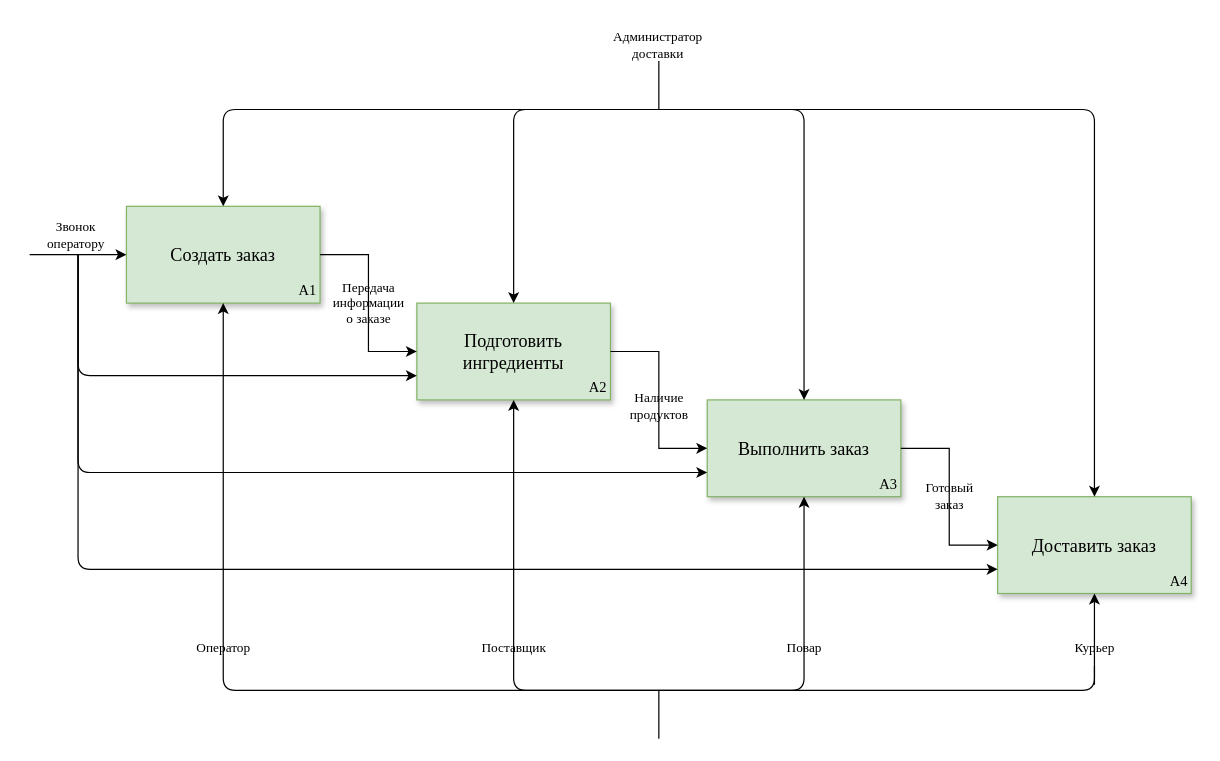
The draw.io diagram Диаграмма доставки суши.drawio in Karidess/Idef_diagramma, before the edit. Source tidied: cells renumbered, new cells numbered last; positions are measured from the earlier drawing's top-left corner, leaving out a move shared by most shapes. Both pictures are drawn from the tidied source at 121%, with x=0, y=0 at pixel (29, 21).
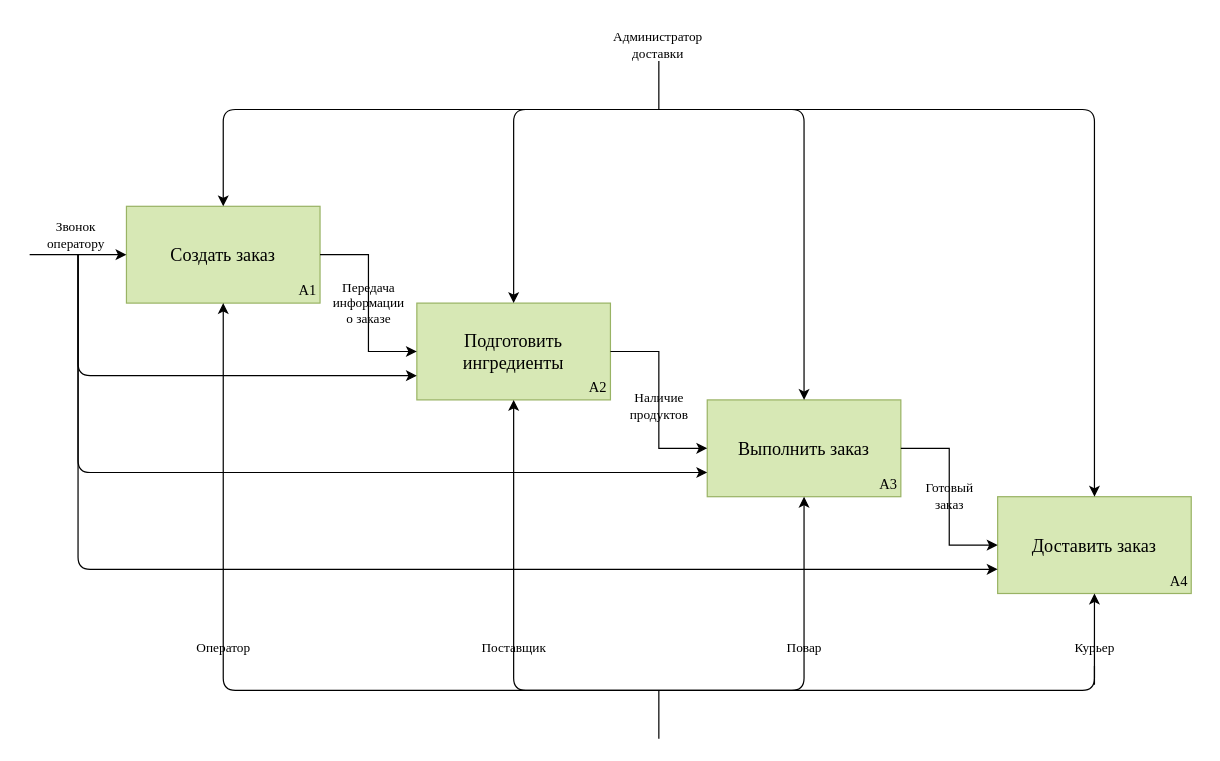
Above is the later version.

Diff of the diagram source:
```diff
@@
-    <mxCell id="2" value="Создать заказ" style="rounded=0;whiteSpace=wrap;html=1;fillColor=#d5e8d4;strokeColor=#82b366;shadow=1;fontFamily=Times New Roman;fontSize=15;" parent="1" vertex="1">
+    <mxCell id="2" value="Создать заказ" style="rounded=0;whiteSpace=wrap;html=1;fillColor=#D7E8B5;strokeColor=#99B364;shadow=0;fontFamily=Times New Roman;fontSize=15;strokeWidth=1;" parent="1" vertex="1">
       <mxGeometry x="80" y="153" width="160" height="80" as="geometry" />
     </mxCell>
-    <mxCell id="3" value="Подготовить&lt;br style=&quot;font-size: 15px;&quot;&gt;ингредиенты" style="rounded=0;whiteSpace=wrap;html=1;fillColor=#d5e8d4;strokeColor=#82b366;shadow=1;fontFamily=Times New Roman;fontSize=15;" parent="1" vertex="1">
+    <mxCell id="3" value="Подготовить&lt;br style=&quot;font-size: 15px;&quot;&gt;ингредиенты" style="rounded=0;whiteSpace=wrap;html=1;fillColor=#D7E8B5;strokeColor=#99B364;shadow=0;fontFamily=Times New Roman;fontSize=15;strokeWidth=1;" parent="1" vertex="1">
       <mxGeometry x="320" y="233" width="160" height="80" as="geometry" />
     </mxCell>
-    <mxCell id="4" value="Выполнить заказ" style="rounded=0;whiteSpace=wrap;html=1;fillColor=#d5e8d4;strokeColor=#82b366;shadow=1;fontFamily=Times New Roman;fontSize=15;" parent="1" vertex="1">
+    <mxCell id="4" value="Выполнить заказ" style="rounded=0;whiteSpace=wrap;html=1;fillColor=#D7E8B5;strokeColor=#99B364;shadow=0;fontFamily=Times New Roman;fontSize=15;strokeWidth=1;" parent="1" vertex="1">
       <mxGeometry x="560" y="313" width="160" height="80" as="geometry" />
     </mxCell>
-    <mxCell id="5" value="Доставить заказ" style="rounded=0;whiteSpace=wrap;html=1;fillColor=#d5e8d4;strokeColor=#82b366;shadow=1;fontFamily=Times New Roman;fontSize=15;" parent="1" vertex="1">
+    <mxCell id="5" value="Доставить заказ" style="rounded=0;whiteSpace=wrap;html=1;fillColor=#D7E8B5;strokeColor=#99B364;shadow=0;fontFamily=Times New Roman;fontSize=15;strokeWidth=1;" parent="1" vertex="1">
       <mxGeometry x="800" y="393" width="160" height="80" as="geometry" />
     </mxCell>
-    <mxCell id="6" style="endArrow=classic;html=1;rounded=0;fontFamily=Times New Roman;fontSize=15;exitX=1;exitY=0.5;exitDx=0;exitDy=0;entryX=0;entryY=0.5;entryDx=0;entryDy=0;edgeStyle=orthogonalEdgeStyle;" parent="1" edge="1" source="2" target="3">
+    <mxCell id="6" style="endArrow=classic;html=1;rounded=0;fontFamily=Times New Roman;fontSize=15;exitX=1;exitY=0.5;exitDx=0;exitDy=0;entryX=0;entryY=0.5;entryDx=0;entryDy=0;edgeStyle=orthogonalEdgeStyle;strokeWidth=1;shadow=0;" parent="1" edge="1" source="2" target="3">
       <mxGeometry relative="1" as="geometry" />
     </mxCell>
-    <mxCell id="7" style="endArrow=classic;html=1;rounded=0;fontFamily=Times New Roman;fontSize=15;exitX=1;exitY=0.5;exitDx=0;exitDy=0;entryX=0;entryY=0.5;entryDx=0;entryDy=0;edgeStyle=orthogonalEdgeStyle;" parent="1" edge="1" source="3" target="4">
+    <mxCell id="7" style="endArrow=classic;html=1;rounded=0;fontFamily=Times New Roman;fontSize=15;exitX=1;exitY=0.5;exitDx=0;exitDy=0;entryX=0;entryY=0.5;entryDx=0;entryDy=0;edgeStyle=orthogonalEdgeStyle;strokeWidth=1;shadow=0;" parent="1" edge="1" source="3" target="4">
       <mxGeometry relative="1" as="geometry" />
     </mxCell>
-    <mxCell id="8" style="endArrow=classic;html=1;rounded=0;fontFamily=Times New Roman;fontSize=15;exitX=1;exitY=0.5;exitDx=0;exitDy=0;entryX=0;entryY=0.5;entryDx=0;entryDy=0;edgeStyle=orthogonalEdgeStyle;" parent="1" edge="1" source="4" target="5">
+    <mxCell id="8" style="endArrow=classic;html=1;rounded=0;fontFamily=Times New Roman;fontSize=15;exitX=1;exitY=0.5;exitDx=0;exitDy=0;entryX=0;entryY=0.5;entryDx=0;entryDy=0;edgeStyle=orthogonalEdgeStyle;strokeWidth=1;shadow=0;" parent="1" edge="1" source="4" target="5">
       <mxGeometry relative="1" as="geometry" />
     </mxCell>
-    <mxCell id="9" style="endArrow=classic;html=1;rounded=0;fontFamily=Times New Roman;fontSize=15;entryX=0;entryY=0.5;entryDx=0;entryDy=0;" parent="1" edge="1" target="2">
+    <mxCell id="9" style="endArrow=classic;html=1;rounded=0;fontFamily=Times New Roman;fontSize=15;entryX=0;entryY=0.5;entryDx=0;entryDy=0;strokeWidth=1;shadow=0;" parent="1" edge="1" target="2">
       <mxGeometry relative="1" as="geometry">
         <mxPoint y="193" as="sourcePoint" />
       </mxGeometry>
     </mxCell>
-    <mxCell id="10" style="endArrow=classic;startArrow=none;html=1;rounded=1;fontFamily=Times New Roman;fontSize=15;entryX=0.5;entryY=1;entryDx=0;entryDy=0;exitX=0.5;exitY=1;exitDx=0;exitDy=0;edgeStyle=orthogonalEdgeStyle;" parent="1" edge="1" source="28" target="5">
+    <mxCell id="10" style="endArrow=classic;startArrow=none;html=1;rounded=1;fontFamily=Times New Roman;fontSize=15;entryX=0.5;entryY=1;entryDx=0;entryDy=0;exitX=0.5;exitY=1;exitDx=0;exitDy=0;edgeStyle=orthogonalEdgeStyle;strokeWidth=1;shadow=0;" parent="1" edge="1" source="28" target="5">
       <mxGeometry relative="1" as="geometry">
         <Array as="points">
           <mxPoint x="880" y="553" />
         </Array>
       </mxGeometry>
     </mxCell>
-    <mxCell id="11" style="endArrow=classic;startArrow=classic;html=1;rounded=1;fontFamily=Times New Roman;fontSize=15;entryX=0.5;entryY=1;entryDx=0;entryDy=0;exitX=0.5;exitY=1;exitDx=0;exitDy=0;edgeStyle=orthogonalEdgeStyle;" parent="1" edge="1" source="3" target="4">
+    <mxCell id="11" style="endArrow=classic;startArrow=classic;html=1;rounded=1;fontFamily=Times New Roman;fontSize=15;entryX=0.5;entryY=1;entryDx=0;entryDy=0;exitX=0.5;exitY=1;exitDx=0;exitDy=0;edgeStyle=orthogonalEdgeStyle;strokeWidth=1;shadow=0;" parent="1" edge="1" source="3" target="4">
       <mxGeometry relative="1" as="geometry">
         <Array as="points">
           <mxPoint x="400" y="553" />
           <mxPoint x="640" y="553" />
         </Array>
       </mxGeometry>
     </mxCell>
-    <mxCell id="12" style="endArrow=classic;html=1;rounded=1;fontFamily=Times New Roman;fontSize=15;entryX=0;entryY=0.75;entryDx=0;entryDy=0;edgeStyle=orthogonalEdgeStyle;" parent="1" edge="1" target="3">
+    <mxCell id="12" style="endArrow=classic;html=1;rounded=1;fontFamily=Times New Roman;fontSize=15;entryX=0;entryY=0.75;entryDx=0;entryDy=0;edgeStyle=orthogonalEdgeStyle;strokeWidth=1;shadow=0;" parent="1" edge="1" target="3">
       <mxGeometry relative="1" as="geometry">
         <mxPoint x="40" y="193" as="sourcePoint" />
         <Array as="points">
           <mxPoint x="40" y="293" />
         </Array>
       </mxGeometry>
     </mxCell>
-    <mxCell id="13" style="endArrow=classic;html=1;rounded=1;fontFamily=Times New Roman;fontSize=15;entryX=0;entryY=0.75;entryDx=0;entryDy=0;edgeStyle=orthogonalEdgeStyle;" parent="1" edge="1" target="4">
+    <mxCell id="13" style="endArrow=classic;html=1;rounded=1;fontFamily=Times New Roman;fontSize=15;entryX=0;entryY=0.75;entryDx=0;entryDy=0;edgeStyle=orthogonalEdgeStyle;strokeWidth=1;shadow=0;" parent="1" edge="1" target="4">
       <mxGeometry relative="1" as="geometry">
         <mxPoint x="40" y="193" as="sourcePoint" />
         <Array as="points">
           <mxPoint x="40" y="373" />
         </Array>
       </mxGeometry>
     </mxCell>
-    <mxCell id="14" style="endArrow=classic;html=1;rounded=1;fontFamily=Times New Roman;fontSize=15;entryX=0;entryY=0.75;entryDx=0;entryDy=0;edgeStyle=orthogonalEdgeStyle;" parent="1" edge="1" target="5">
+    <mxCell id="14" style="endArrow=classic;html=1;rounded=1;fontFamily=Times New Roman;fontSize=15;entryX=0;entryY=0.75;entryDx=0;entryDy=0;edgeStyle=orthogonalEdgeStyle;strokeWidth=1;shadow=0;" parent="1" edge="1" target="5">
       <mxGeometry relative="1" as="geometry">
         <mxPoint x="40" y="193" as="sourcePoint" />
         <Array as="points">
           <mxPoint x="40" y="453" />
         </Array>
       </mxGeometry>
     </mxCell>
-    <mxCell id="15" style="endArrow=classic;startArrow=classic;html=1;rounded=1;fontFamily=Times New Roman;fontSize=15;entryX=0.5;entryY=0;entryDx=0;entryDy=0;exitX=0.5;exitY=0;exitDx=0;exitDy=0;edgeStyle=orthogonalEdgeStyle;" parent="1" edge="1" source="5" target="2">
+    <mxCell id="15" style="endArrow=classic;startArrow=classic;html=1;rounded=1;fontFamily=Times New Roman;fontSize=15;entryX=0.5;entryY=0;entryDx=0;entryDy=0;exitX=0.5;exitY=0;exitDx=0;exitDy=0;edgeStyle=orthogonalEdgeStyle;strokeWidth=1;shadow=0;" parent="1" edge="1" source="5" target="2">
       <mxGeometry relative="1" as="geometry">
         <Array as="points">
           <mxPoint x="880" y="73" />
           <mxPoint x="160" y="73" />
         </Array>
       </mxGeometry>
     </mxCell>
-    <mxCell id="16" style="endArrow=classic;startArrow=classic;html=1;rounded=1;fontFamily=Times New Roman;fontSize=15;entryX=0.5;entryY=0;entryDx=0;entryDy=0;exitX=0.5;exitY=0;exitDx=0;exitDy=0;edgeStyle=orthogonalEdgeStyle;" parent="1" edge="1" source="3" target="4">
+    <mxCell id="16" style="endArrow=classic;startArrow=classic;html=1;rounded=1;fontFamily=Times New Roman;fontSize=15;entryX=0.5;entryY=0;entryDx=0;entryDy=0;exitX=0.5;exitY=0;exitDx=0;exitDy=0;edgeStyle=orthogonalEdgeStyle;strokeWidth=1;shadow=0;" parent="1" edge="1" source="3" target="4">
       <mxGeometry relative="1" as="geometry">
         <Array as="points">
           <mxPoint x="400" y="73" />
           <mxPoint x="640" y="73" />
         </Array>
       </mxGeometry>
     </mxCell>
-    <mxCell id="17" style="endArrow=none;html=1;rounded=1;fontFamily=Times New Roman;fontSize=15;" parent="1" edge="1">
+    <mxCell id="17" style="endArrow=none;html=1;rounded=1;fontFamily=Times New Roman;fontSize=15;strokeWidth=1;shadow=0;" parent="1" edge="1">
       <mxGeometry relative="1" as="geometry">
         <mxPoint x="520" y="553" as="sourcePoint" />
         <mxPoint x="520" y="593" as="targetPoint" />
       </mxGeometry>
     </mxCell>
-    <mxCell id="18" style="endArrow=none;html=1;rounded=1;fontFamily=Times New Roman;fontSize=15;" parent="1" edge="1">
+    <mxCell id="18" style="endArrow=none;html=1;rounded=1;fontFamily=Times New Roman;fontSize=15;strokeWidth=1;shadow=0;" parent="1" edge="1">
       <mxGeometry relative="1" as="geometry">
         <mxPoint x="520" y="33" as="sourcePoint" />
         <mxPoint x="520" y="73" as="targetPoint" />
       </mxGeometry>
     </mxCell>
-    <mxCell id="19" value="A1" style="text;html=1;strokeColor=none;fillColor=none;align=center;verticalAlign=middle;whiteSpace=wrap;rounded=0;fontFamily=Times New Roman;" parent="1" vertex="1">
+    <mxCell id="19" value="A1" style="text;html=1;strokeColor=none;fillColor=none;align=center;verticalAlign=middle;whiteSpace=wrap;rounded=0;fontFamily=Times New Roman;strokeWidth=1;shadow=0;" parent="1" vertex="1">
       <mxGeometry x="220" y="213" width="20" height="20" as="geometry" />
     </mxCell>
-    <mxCell id="20" value="A2" style="text;html=1;strokeColor=none;fillColor=none;align=center;verticalAlign=middle;whiteSpace=wrap;rounded=0;fontFamily=Times New Roman;" parent="1" vertex="1">
+    <mxCell id="20" value="A2" style="text;html=1;strokeColor=none;fillColor=none;align=center;verticalAlign=middle;whiteSpace=wrap;rounded=0;fontFamily=Times New Roman;strokeWidth=1;shadow=0;" parent="1" vertex="1">
       <mxGeometry x="460" y="293" width="20" height="20" as="geometry" />
     </mxCell>
-    <mxCell id="21" value="A3" style="text;html=1;strokeColor=none;fillColor=none;align=center;verticalAlign=middle;whiteSpace=wrap;rounded=0;fontFamily=Times New Roman;" parent="1" vertex="1">
+    <mxCell id="21" value="A3" style="text;html=1;strokeColor=none;fillColor=none;align=center;verticalAlign=middle;whiteSpace=wrap;rounded=0;fontFamily=Times New Roman;strokeWidth=1;shadow=0;" parent="1" vertex="1">
       <mxGeometry x="700" y="373" width="20" height="20" as="geometry" />
     </mxCell>
-    <mxCell id="22" value="A4" style="text;html=1;strokeColor=none;fillColor=none;align=center;verticalAlign=middle;whiteSpace=wrap;rounded=0;fontFamily=Times New Roman;" parent="1" vertex="1">
+    <mxCell id="22" value="A4" style="text;html=1;strokeColor=none;fillColor=none;align=center;verticalAlign=middle;whiteSpace=wrap;rounded=0;fontFamily=Times New Roman;strokeWidth=1;shadow=0;" parent="1" vertex="1">
       <mxGeometry x="940" y="453" width="20" height="20" as="geometry" />
     </mxCell>
-    <mxCell id="23" value="Звонок &lt;br&gt;оператору" style="text;html=1;align=center;verticalAlign=middle;strokeColor=none;fillColor=none;fontSize=11;fontFamily=Times New Roman;" parent="1" vertex="1">
+    <mxCell id="23" value="Звонок &lt;br&gt;оператору" style="text;html=1;align=center;verticalAlign=middle;strokeColor=none;fillColor=none;fontSize=11;fontFamily=Times New Roman;strokeWidth=1;shadow=0;" parent="1" vertex="1">
       <mxGeometry x="3" y="157" width="70" height="40" as="geometry" />
     </mxCell>
-    <mxCell id="24" value="Администратор &lt;br&gt;доставки" style="text;html=1;align=center;verticalAlign=middle;strokeColor=none;fillColor=none;fontSize=11;fontFamily=Times New Roman;" parent="1" vertex="1">
+    <mxCell id="24" value="Администратор &lt;br&gt;доставки" style="text;html=1;align=center;verticalAlign=middle;strokeColor=none;fillColor=none;fontSize=11;fontFamily=Times New Roman;strokeWidth=1;shadow=0;" parent="1" vertex="1">
       <mxGeometry x="469" width="100" height="40" as="geometry" />
     </mxCell>
-    <mxCell id="25" value="Передача &lt;br&gt;информации&lt;br&gt;о заказе" style="text;html=1;align=center;verticalAlign=middle;strokeColor=none;fillColor=none;fontSize=11;fontFamily=Times New Roman;" parent="1" vertex="1">
+    <mxCell id="25" value="Передача &lt;br&gt;информации&lt;br&gt;о заказе" style="text;html=1;align=center;verticalAlign=middle;strokeColor=none;fillColor=none;fontSize=11;fontFamily=Times New Roman;strokeWidth=1;shadow=0;" parent="1" vertex="1">
       <mxGeometry x="240" y="208" width="80" height="50" as="geometry" />
     </mxCell>
-    <mxCell id="26" value="Наличие&lt;br&gt;продуктов" style="text;html=1;align=center;verticalAlign=middle;strokeColor=none;fillColor=none;fontSize=11;fontFamily=Times New Roman;" parent="1" vertex="1">
+    <mxCell id="26" value="Наличие&lt;br&gt;продуктов" style="text;html=1;align=center;verticalAlign=middle;strokeColor=none;fillColor=none;fontSize=11;fontFamily=Times New Roman;strokeWidth=1;shadow=0;" parent="1" vertex="1">
       <mxGeometry x="485" y="298" width="70" height="40" as="geometry" />
     </mxCell>
-    <mxCell id="27" value="Готовый&lt;br&gt;заказ" style="text;html=1;align=center;verticalAlign=middle;strokeColor=none;fillColor=none;fontSize=11;fontFamily=Times New Roman;" parent="1" vertex="1">
+    <mxCell id="27" value="Готовый&lt;br&gt;заказ" style="text;html=1;align=center;verticalAlign=middle;strokeColor=none;fillColor=none;fontSize=11;fontFamily=Times New Roman;strokeWidth=1;shadow=0;" parent="1" vertex="1">
       <mxGeometry x="730" y="373" width="60" height="40" as="geometry" />
     </mxCell>
-    <mxCell id="28" value="Курьер" style="text;html=1;align=center;verticalAlign=middle;points=[];strokeColor=none;fillColor=none;fontSize=11;fontFamily=Times New Roman;" parent="1" vertex="1">
+    <mxCell id="28" value="Курьер" style="text;html=1;align=center;verticalAlign=middle;points=[];strokeColor=none;fillColor=none;fontSize=11;fontFamily=Times New Roman;strokeWidth=1;shadow=0;" parent="1" vertex="1">
       <mxGeometry x="850" y="503" width="60" height="30" as="geometry" />
     </mxCell>
-    <mxCell id="29" style="endArrow=none;startArrow=classic;html=1;rounded=1;fontFamily=Times New Roman;fontSize=15;entryX=0.5;entryY=1;entryDx=0;entryDy=0;exitX=0.5;exitY=1;exitDx=0;exitDy=0;edgeStyle=orthogonalEdgeStyle;" parent="1" edge="1" source="2" target="28">
+    <mxCell id="29" style="endArrow=none;startArrow=classic;html=1;rounded=1;fontFamily=Times New Roman;fontSize=15;entryX=0.5;entryY=1;entryDx=0;entryDy=0;exitX=0.5;exitY=1;exitDx=0;exitDy=0;edgeStyle=orthogonalEdgeStyle;strokeWidth=1;shadow=0;" parent="1" edge="1" source="2" target="28">
       <mxGeometry relative="1" as="geometry">
         <Array as="points">
           <mxPoint x="160" y="553" />
         </Array>
       </mxGeometry>
     </mxCell>
-    <mxCell id="30" value="Повар" style="text;html=1;align=center;verticalAlign=middle;strokeColor=none;fillColor=none;fontSize=11;fontFamily=Times New Roman;" parent="1" vertex="1">
+    <mxCell id="30" value="Повар" style="text;html=1;align=center;verticalAlign=middle;strokeColor=none;fillColor=none;fontSize=11;fontFamily=Times New Roman;strokeWidth=1;shadow=0;" parent="1" vertex="1">
       <mxGeometry x="615" y="503" width="50" height="30" as="geometry" />
     </mxCell>
-    <mxCell id="31" value="Поставщик" style="text;html=1;align=center;verticalAlign=middle;strokeColor=none;fillColor=none;fontSize=11;fontFamily=Times New Roman;" parent="1" vertex="1">
+    <mxCell id="31" value="Поставщик" style="text;html=1;align=center;verticalAlign=middle;strokeColor=none;fillColor=none;fontSize=11;fontFamily=Times New Roman;strokeWidth=1;shadow=0;" parent="1" vertex="1">
       <mxGeometry x="360" y="503" width="80" height="30" as="geometry" />
     </mxCell>
-    <mxCell id="32" value="Оператор" style="text;html=1;align=center;verticalAlign=middle;strokeColor=none;fillColor=none;fontSize=11;fontFamily=Times New Roman;" parent="1" vertex="1">
+    <mxCell id="32" value="Оператор" style="text;html=1;align=center;verticalAlign=middle;strokeColor=none;fillColor=none;fontSize=11;fontFamily=Times New Roman;strokeWidth=1;shadow=0;" parent="1" vertex="1">
       <mxGeometry x="125" y="503" width="70" height="30" as="geometry" />
     </mxCell>
```
